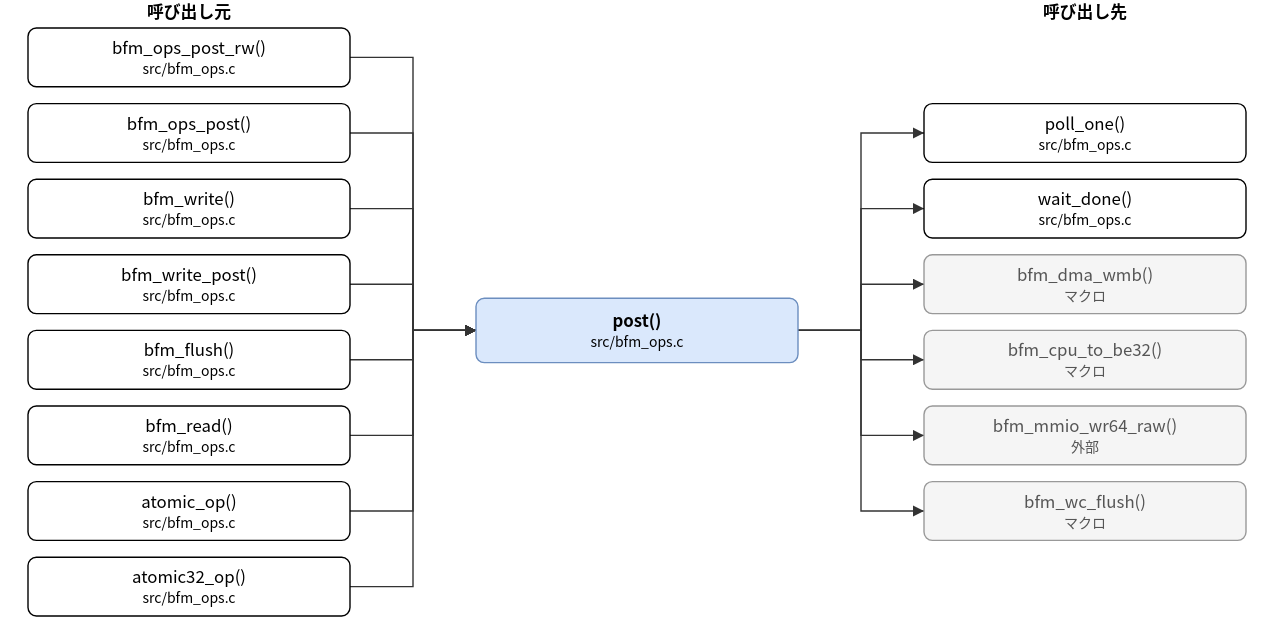
hf355051012-ai/bfmem keeps this draw.io diagram as doc/spec/images/call_src_bfm_ops-post.drawio.svg. Above is the earlier version. Source tidied: cells renumbered, new cells last; positions are measured from the earlier drawing's top-left corner, leaving out a move shared by most shapes.
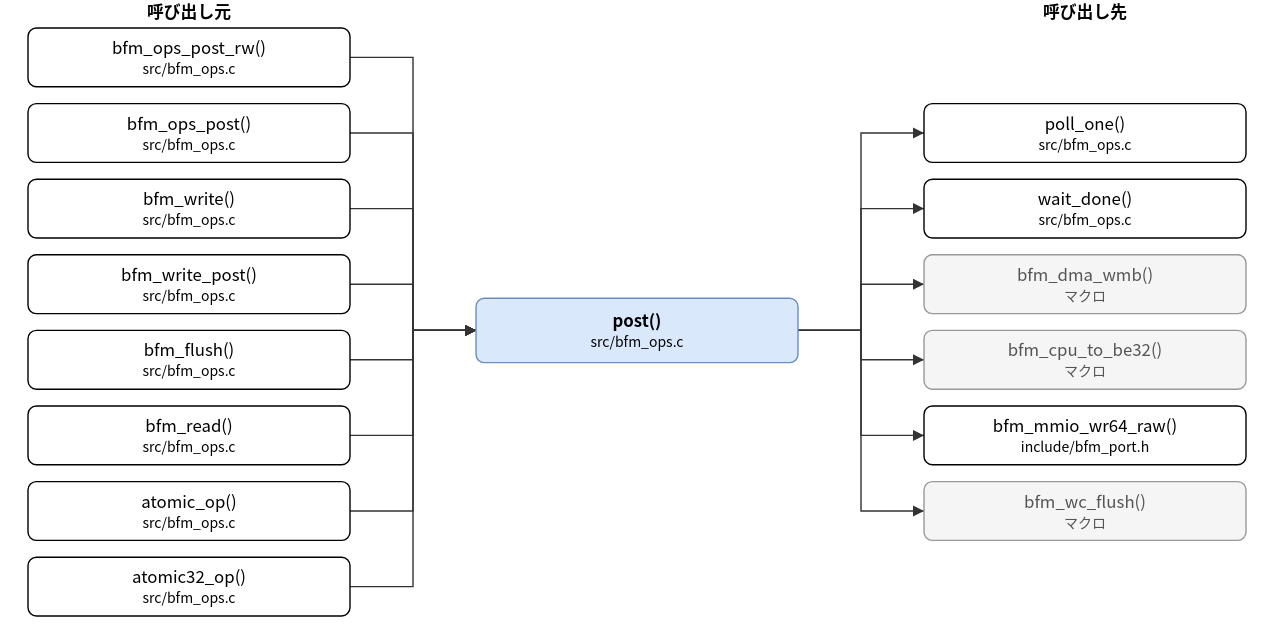
After the change.

Change to the diagram source:
```diff
@@ -41,7 +41,7 @@
     <mxCell id="14" value="bfm_cpu_to_be32()&lt;br&gt;&lt;font style=&quot;font-size:10px&quot;&gt;マクロ&lt;/font&gt;" style="rounded=1;whiteSpace=wrap;html=1;fillColor=#f5f5f5;strokeColor=#999999;fontColor=#555555;" parent="1" vertex="1">
       <mxGeometry x="640" y="236" width="230" height="42" as="geometry" />
     </mxCell>
-    <mxCell id="15" value="bfm_mmio_wr64_raw()&lt;br&gt;&lt;font style=&quot;font-size:10px&quot;&gt;外部&lt;/font&gt;" style="rounded=1;whiteSpace=wrap;html=1;fillColor=#f5f5f5;strokeColor=#999999;fontColor=#555555;" parent="1" vertex="1">
+    <mxCell id="15" value="bfm_mmio_wr64_raw()&lt;br&gt;&lt;font style=&quot;font-size:10px&quot;&gt;include/bfm_port.h&lt;/font&gt;" style="rounded=1;whiteSpace=wrap;html=1;" parent="1" vertex="1">
       <mxGeometry x="640" y="290" width="230" height="42" as="geometry" />
     </mxCell>
     <mxCell id="16" value="bfm_wc_flush()&lt;br&gt;&lt;font style=&quot;font-size:10px&quot;&gt;マクロ&lt;/font&gt;" style="rounded=1;whiteSpace=wrap;html=1;fillColor=#f5f5f5;strokeColor=#999999;fontColor=#555555;" parent="1" vertex="1">
```
